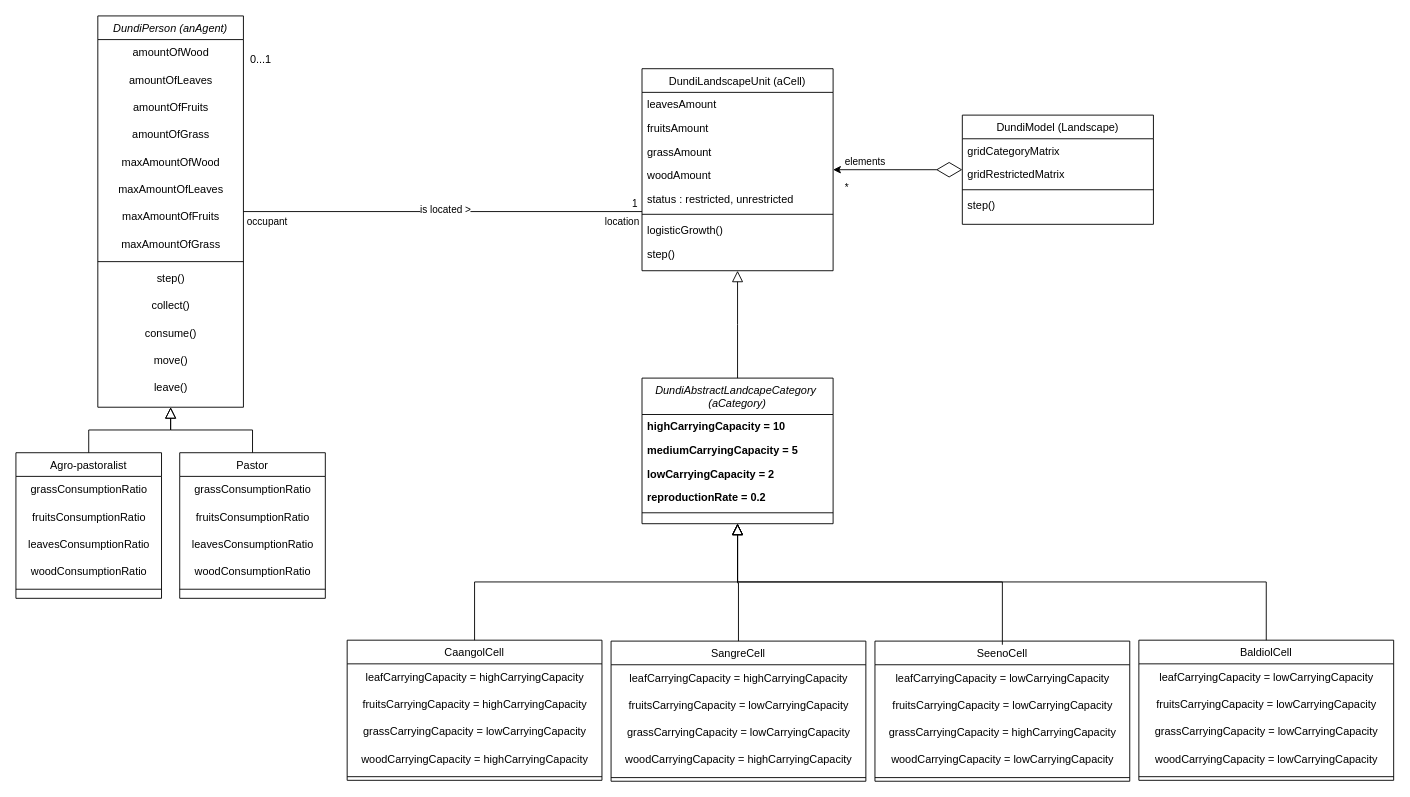
Earlier version of the draw.io diagram page "Page-1" (1 of 5) of DundiV0.drawio (panchovdl/DundiModel). Source tidied: cells renumbered, new cells numbered last; positions are measured from the earlier drawing's top-left corner, leaving out a move shared by most shapes. Both pictures are drawn from the tidied source at 91%, with x=0, y=0 at pixel (15, 15).
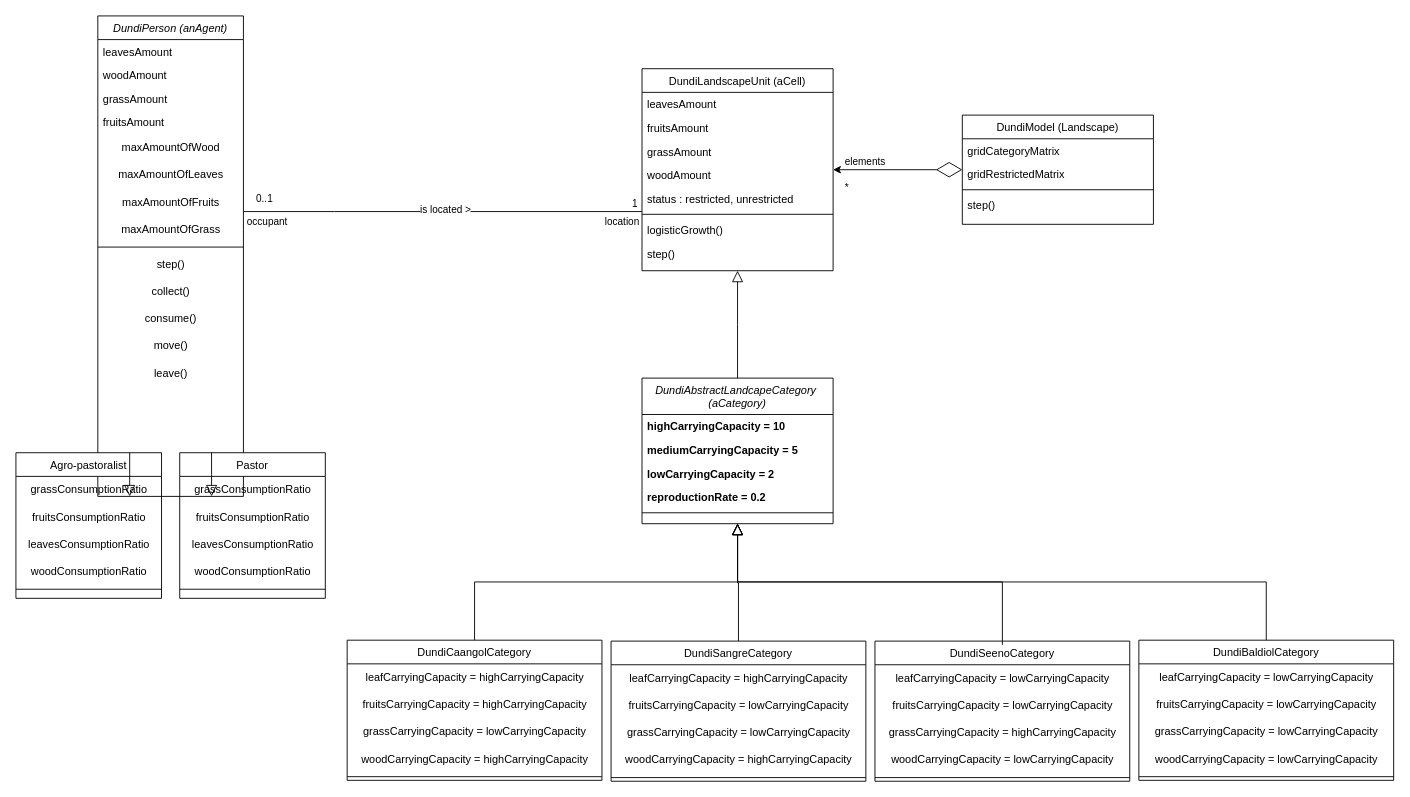
After the change.

Commit message:
Mettre à jour DundiV0.drawio

The change refers to these unchanged cells:
```xml
<mxCell id="31" value="DundiLandscapeUnit (aCell)" style="swimlane;fontStyle=0;align=center;verticalAlign=top;horizontal=1;startSize=26;rounded=0;shadow=0;strokeWidth=1;" parent="1" vertex="1">
  <mxGeometry x="688" y="58" width="210" height="222" as="geometry" />
</mxCell>
```

What changed in the source:
```diff
@@
     <mxCell id="2" value="DundiPerson (anAgent)" style="swimlane;fontStyle=2;align=center;verticalAlign=top;horizontal=1;startSize=26;rounded=0;shadow=0;strokeWidth=1;" parent="1" vertex="1">
-      <mxGeometry x="90" width="160" height="430" as="geometry" />
+      <mxGeometry x="90" width="160" height="528" as="geometry" />
     </mxCell>
-    <mxCell id="3" value="amountOfWood" style="text;html=1;align=center;verticalAlign=middle;strokeColor=none;fillColor=none;" parent="2" vertex="1">
-      <mxGeometry y="26" width="160" height="30" as="geometry" />
-    </mxCell>
-    <mxCell id="4" value="amountOfLeaves" style="text;html=1;align=center;verticalAlign=middle;strokeColor=none;fillColor=none;" parent="2" vertex="1">
-      <mxGeometry y="56" width="160" height="30" as="geometry" />
-    </mxCell>
-    <mxCell id="5" value="amountOfFruits" style="text;html=1;align=center;verticalAlign=middle;strokeColor=none;fillColor=none;" parent="2" vertex="1">
-      <mxGeometry y="86" width="160" height="30" as="geometry" />
-    </mxCell>
-    <mxCell id="6" value="amountOfGrass" style="text;html=1;align=center;verticalAlign=middle;strokeColor=none;fillColor=none;" parent="2" vertex="1">
-      <mxGeometry y="116" width="160" height="30" as="geometry" />
-    </mxCell>
+    <mxCell id="89" value="leavesAmount" style="text;align=left;verticalAlign=top;spacingLeft=4;spacingRight=4;overflow=hidden;" parent="2" vertex="1">
+      <mxGeometry y="26" width="160" height="26" as="geometry" />
+    </mxCell>
+    <mxCell id="90" value="woodAmount" style="text;align=left;verticalAlign=top;spacingLeft=4;spacingRight=4;overflow=hidden;" parent="2" vertex="1">
+      <mxGeometry y="52" width="160" height="26" as="geometry" />
+    </mxCell>
+    <mxCell id="91" value="grassAmount" style="text;align=left;verticalAlign=top;spacingLeft=4;spacingRight=4;overflow=hidden;" parent="2" vertex="1">
+      <mxGeometry y="78" width="160" height="26" as="geometry" />
+    </mxCell>
+    <mxCell id="92" value="fruitsAmount" style="text;align=left;verticalAlign=top;spacingLeft=4;spacingRight=4;overflow=hidden;" parent="2" vertex="1">
+      <mxGeometry y="104" width="160" height="26" as="geometry" />
+    </mxCell>
     <mxCell id="7" value="maxAmountOfWood" style="text;html=1;align=center;verticalAlign=middle;strokeColor=none;fillColor=none;" parent="2" vertex="1">
-      <mxGeometry y="146" width="160" height="30" as="geometry" />
+      <mxGeometry y="130" width="160" height="30" as="geometry" />
     </mxCell>
     <mxCell id="8" value="maxAmountOfLeaves" style="text;html=1;align=center;verticalAlign=middle;strokeColor=none;fillColor=none;" parent="2" vertex="1">
-      <mxGeometry y="176" width="160" height="30" as="geometry" />
+      <mxGeometry y="160" width="160" height="30" as="geometry" />
     </mxCell>
     <mxCell id="9" value="maxAmountOfFruits" style="text;html=1;align=center;verticalAlign=middle;strokeColor=none;fillColor=none;" parent="2" vertex="1">
-      <mxGeometry y="206" width="160" height="30" as="geometry" />
+      <mxGeometry y="190" width="160" height="30" as="geometry" />
     </mxCell>
     <mxCell id="10" value="maxAmountOfGrass" style="text;html=1;align=center;verticalAlign=middle;strokeColor=none;fillColor=none;" parent="2" vertex="1">
-      <mxGeometry y="236" width="160" height="30" as="geometry" />
+      <mxGeometry y="220" width="160" height="30" as="geometry" />
     </mxCell>
     <mxCell id="11" style="line;html=1;strokeWidth=1;align=left;verticalAlign=middle;spacingTop=-1;spacingLeft=3;spacingRight=3;labelPosition=right;" parent="2" vertex="1">
-      <mxGeometry y="266" width="160" height="8" as="geometry" />
+      <mxGeometry y="250" width="160" height="8" as="geometry" />
     </mxCell>
     <mxCell id="12" value="step()" style="text;html=1;align=center;verticalAlign=middle;strokeColor=none;fillColor=none;" parent="2" vertex="1">
-      <mxGeometry y="274" width="160" height="30" as="geometry" />
+      <mxGeometry y="258" width="160" height="30" as="geometry" />
     </mxCell>
     <mxCell id="13" value="&lt;div&gt;collect()&lt;/div&gt;" style="text;html=1;align=center;verticalAlign=middle;strokeColor=none;fillColor=none;" parent="2" vertex="1">
-      <mxGeometry y="304" width="160" height="30" as="geometry" />
+      <mxGeometry y="288" width="160" height="30" as="geometry" />
     </mxCell>
     <mxCell id="14" value="&lt;div&gt;consume()&lt;/div&gt;" style="text;html=1;align=center;verticalAlign=middle;strokeColor=none;fillColor=none;" parent="2" vertex="1">
-      <mxGeometry y="334" width="160" height="30" as="geometry" />
+      <mxGeometry y="318" width="160" height="30" as="geometry" />
     </mxCell>
     <mxCell id="15" value="&lt;div&gt;move()&lt;/div&gt;" style="text;html=1;align=center;verticalAlign=middle;strokeColor=none;fillColor=none;" parent="2" vertex="1">
-      <mxGeometry y="364" width="160" height="30" as="geometry" />
+      <mxGeometry y="348" width="160" height="30" as="geometry" />
     </mxCell>
     <mxCell id="16" value="&lt;div&gt;leave()&lt;/div&gt;" style="text;html=1;align=center;verticalAlign=middle;strokeColor=none;fillColor=none;" parent="2" vertex="1">
-      <mxGeometry y="394" width="160" height="30" as="geometry" />
+      <mxGeometry y="378" width="160" height="30" as="geometry" />
     </mxCell>
@@
-    <mxCell id="40" value="CaangolCell" style="swimlane;fontStyle=0;align=center;verticalAlign=top;horizontal=1;startSize=26;rounded=0;shadow=0;strokeWidth=1;" parent="1" vertex="1">
+    <mxCell id="40" value="DundiCaangolCategory" style="swimlane;fontStyle=0;align=center;verticalAlign=top;horizontal=1;startSize=26;rounded=0;shadow=0;strokeWidth=1;" parent="1" vertex="1">
       <mxGeometry x="364" y="686" width="280" height="154" as="geometry" />
     </mxCell>
@@
-    <mxCell id="46" value="SangreCell" style="swimlane;fontStyle=0;align=center;verticalAlign=top;horizontal=1;startSize=26;rounded=0;shadow=0;strokeWidth=1;" parent="1" vertex="1">
+    <mxCell id="46" value="DundiSangreCategory" style="swimlane;fontStyle=0;align=center;verticalAlign=top;horizontal=1;startSize=26;rounded=0;shadow=0;strokeWidth=1;" parent="1" vertex="1">
       <mxGeometry x="654" y="687" width="280" height="154" as="geometry" />
     </mxCell>
@@
-    <mxCell id="52" value="BaldiolCell" style="swimlane;fontStyle=0;align=center;verticalAlign=top;horizontal=1;startSize=26;rounded=0;shadow=0;strokeWidth=1;" parent="1" vertex="1">
+    <mxCell id="52" value="DundiBaldiolCategory" style="swimlane;fontStyle=0;align=center;verticalAlign=top;horizontal=1;startSize=26;rounded=0;shadow=0;strokeWidth=1;" parent="1" vertex="1">
       <mxGeometry x="1234" y="686" width="280" height="154" as="geometry" />
     </mxCell>
@@
-    <mxCell id="58" value="SeenoCell" style="swimlane;fontStyle=0;align=center;verticalAlign=top;horizontal=1;startSize=26;rounded=0;shadow=0;strokeWidth=1;" parent="1" vertex="1">
+    <mxCell id="58" value="DundiSeenoCategory" style="swimlane;fontStyle=0;align=center;verticalAlign=top;horizontal=1;startSize=26;rounded=0;shadow=0;strokeWidth=1;" parent="1" vertex="1">
       <mxGeometry x="944" y="687" width="280" height="154" as="geometry" />
     </mxCell>
@@
     <mxCell id="68" style="endArrow=none;html=1;rounded=0;edgeStyle=orthogonalEdgeStyle;" parent="1" edge="1" source="2" target="31">
       <mxGeometry relative="1" as="geometry">
         <Array as="points">
-          <mxPoint x="860" y="60" />
-          <mxPoint x="860" y="60" />
+          <mxPoint x="350" y="215" />
+          <mxPoint x="350" y="215" />
         </Array>
       </mxGeometry>
     </mxCell>
@@
-    <mxCell id="73" value="0...1" style="align=right;verticalAlign=bottom;labelBackgroundColor=none;fontSize=12;" parent="1" vertex="1">
-      <mxGeometry x="280" y="60" as="geometry">
-        <mxPoint x="2" y="-4" as="offset" />
-      </mxGeometry>
-    </mxCell>
+    <mxCell id="93" value="0..1" style="edgeLabel;html=1;align=center;verticalAlign=middle;" parent="68" vertex="1">
+      <mxGeometry x="-0.71" relative="1" as="geometry">
+        <mxPoint x="-42" y="-15" as="offset" />
+      </mxGeometry>
+    </mxCell>
```
